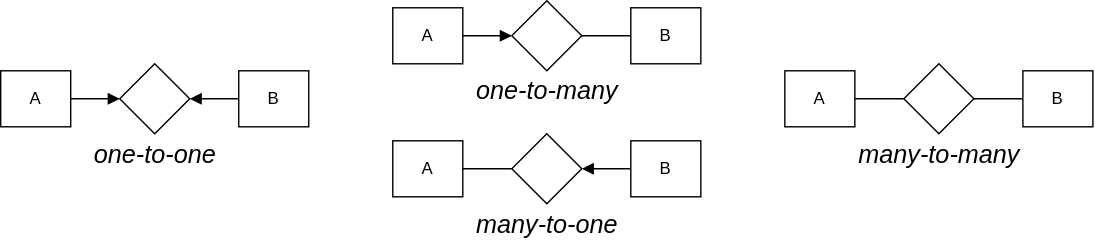
Above: content/bd/assets/0003-er-cardinality-constraints.svg in leic-pt/resumos-leic (draw.io), before the change. Source tidied: cells renumbered, new cells last; positions are measured from the earlier drawing's top-left corner, leaving out a move shared by most shapes. Its diagram source:
```xml
<mxGraphModel>
  <root>
    <mxCell id="0" />
    <mxCell id="1" parent="0" />
    <mxCell id="2" value="B" style="whiteSpace=wrap;html=1;align=center;" parent="1" vertex="1">
      <mxGeometry x="170" y="50" width="50" height="40" as="geometry" />
    </mxCell>
    <mxCell id="3" value="A" style="whiteSpace=wrap;html=1;align=center;" parent="1" vertex="1">
      <mxGeometry y="50" width="50" height="40" as="geometry" />
    </mxCell>
    <mxCell id="4" style="shape=rhombus;perimeter=rhombusPerimeter;whiteSpace=wrap;html=1;align=center;" parent="1" vertex="1">
      <mxGeometry x="85" y="45" width="50" height="50" as="geometry" />
    </mxCell>
    <mxCell id="5" style="endArrow=none;html=1;rounded=0;exitX=1;exitY=0.5;exitDx=0;exitDy=0;endFill=0;startArrow=block;startFill=1;" parent="1" edge="1" source="4" target="2">
      <mxGeometry relative="1" as="geometry" />
    </mxCell>
    <mxCell id="6" style="endArrow=block;html=1;rounded=0;entryX=0;entryY=0.5;entryDx=0;entryDy=0;endFill=1;" parent="1" edge="1" source="3" target="4">
      <mxGeometry relative="1" as="geometry" />
    </mxCell>
    <mxCell id="7" value="&lt;i style=&quot;font-size: 18px;&quot;&gt;one-to-one&lt;/i&gt;" style="text;html=1;align=center;verticalAlign=middle;strokeColor=none;fillColor=none;fontSize=18;" parent="1" vertex="1">
      <mxGeometry x="60" y="95" width="100" height="30" as="geometry" />
    </mxCell>
    <mxCell id="8" value="B" style="whiteSpace=wrap;html=1;align=center;" parent="1" vertex="1">
      <mxGeometry x="450" y="5" width="50" height="40" as="geometry" />
    </mxCell>
    <mxCell id="9" value="A" style="whiteSpace=wrap;html=1;align=center;" parent="1" vertex="1">
      <mxGeometry x="280" y="5" width="50" height="40" as="geometry" />
    </mxCell>
    <mxCell id="10" style="shape=rhombus;perimeter=rhombusPerimeter;whiteSpace=wrap;html=1;align=center;" parent="1" vertex="1">
      <mxGeometry x="365" width="50" height="50" as="geometry" />
    </mxCell>
    <mxCell id="11" style="endArrow=none;html=1;rounded=0;exitX=1;exitY=0.5;exitDx=0;exitDy=0;" parent="1" edge="1" source="10" target="8">
      <mxGeometry relative="1" as="geometry" />
    </mxCell>
    <mxCell id="12" style="endArrow=block;html=1;rounded=0;entryX=0;entryY=0.5;entryDx=0;entryDy=0;endFill=1;" parent="1" edge="1" source="9" target="10">
      <mxGeometry relative="1" as="geometry" />
    </mxCell>
    <mxCell id="13" value="&lt;i style=&quot;font-size: 18px;&quot;&gt;one-to-many&lt;/i&gt;" style="text;html=1;align=center;verticalAlign=middle;strokeColor=none;fillColor=none;fontSize=18;" parent="1" vertex="1">
      <mxGeometry x="330" y="50" width="120" height="30" as="geometry" />
    </mxCell>
    <mxCell id="14" value="B" style="whiteSpace=wrap;html=1;align=center;" parent="1" vertex="1">
      <mxGeometry x="730" y="50" width="50" height="40" as="geometry" />
    </mxCell>
    <mxCell id="15" value="A" style="whiteSpace=wrap;html=1;align=center;" parent="1" vertex="1">
      <mxGeometry x="560" y="50" width="50" height="40" as="geometry" />
    </mxCell>
    <mxCell id="16" style="shape=rhombus;perimeter=rhombusPerimeter;whiteSpace=wrap;html=1;align=center;" parent="1" vertex="1">
      <mxGeometry x="645" y="45" width="50" height="50" as="geometry" />
    </mxCell>
    <mxCell id="17" style="endArrow=none;html=1;rounded=0;exitX=1;exitY=0.5;exitDx=0;exitDy=0;" parent="1" edge="1" source="16" target="14">
      <mxGeometry relative="1" as="geometry" />
    </mxCell>
    <mxCell id="18" style="endArrow=none;html=1;rounded=0;entryX=0;entryY=0.5;entryDx=0;entryDy=0;endFill=0;" parent="1" edge="1" source="15" target="16">
      <mxGeometry relative="1" as="geometry" />
    </mxCell>
    <mxCell id="19" value="&lt;i style=&quot;font-size: 18px;&quot;&gt;many-to-many&lt;/i&gt;" style="text;html=1;align=center;verticalAlign=middle;strokeColor=none;fillColor=none;fontSize=18;" parent="1" vertex="1">
      <mxGeometry x="605" y="95" width="130" height="30" as="geometry" />
    </mxCell>
    <mxCell id="20" value="B" style="whiteSpace=wrap;html=1;align=center;" parent="1" vertex="1">
      <mxGeometry x="450" y="100" width="50" height="40" as="geometry" />
    </mxCell>
    <mxCell id="21" value="A" style="whiteSpace=wrap;html=1;align=center;" parent="1" vertex="1">
      <mxGeometry x="280" y="100" width="50" height="40" as="geometry" />
    </mxCell>
    <mxCell id="22" style="shape=rhombus;perimeter=rhombusPerimeter;whiteSpace=wrap;html=1;align=center;" parent="1" vertex="1">
      <mxGeometry x="365" y="95" width="50" height="50" as="geometry" />
    </mxCell>
    <mxCell id="23" style="endArrow=none;html=1;rounded=0;exitX=1;exitY=0.5;exitDx=0;exitDy=0;startArrow=block;startFill=1;" parent="1" edge="1" source="22" target="20">
      <mxGeometry relative="1" as="geometry" />
    </mxCell>
    <mxCell id="24" style="endArrow=none;html=1;rounded=0;entryX=0;entryY=0.5;entryDx=0;entryDy=0;endFill=0;" parent="1" edge="1" source="21" target="22">
      <mxGeometry relative="1" as="geometry" />
    </mxCell>
    <mxCell id="25" value="&lt;i style=&quot;font-size: 18px;&quot;&gt;many-to-one&lt;/i&gt;" style="text;html=1;align=center;verticalAlign=middle;strokeColor=none;fillColor=none;fontSize=18;" parent="1" vertex="1">
      <mxGeometry x="330" y="145" width="120" height="30" as="geometry" />
    </mxCell>
  </root>
</mxGraphModel>
```
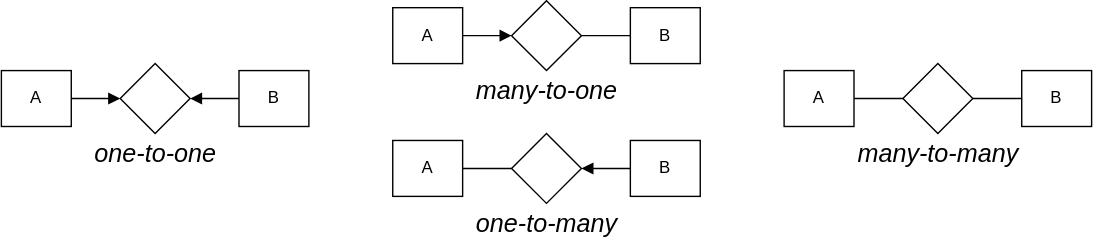
Above is the later version.

Commit message:
[BD] Fix incorrect cardinality constraints (one-to-many vs many-to-one) (#783)

The edit, as a diff of the source:
```diff
@@ -35,7 +35,7 @@
     <mxCell id="12" style="endArrow=block;html=1;rounded=0;entryX=0;entryY=0.5;entryDx=0;entryDy=0;endFill=1;" parent="1" edge="1" source="9" target="10">
       <mxGeometry relative="1" as="geometry" />
     </mxCell>
-    <mxCell id="13" value="&lt;i style=&quot;font-size: 18px;&quot;&gt;one-to-many&lt;/i&gt;" style="text;html=1;align=center;verticalAlign=middle;strokeColor=none;fillColor=none;fontSize=18;" parent="1" vertex="1">
+    <mxCell id="13" value="&lt;i&gt;many-to-one&lt;/i&gt;" style="text;html=1;align=center;verticalAlign=middle;strokeColor=none;fillColor=none;fontSize=18;" parent="1" vertex="1">
       <mxGeometry x="330" y="50" width="120" height="30" as="geometry" />
     </mxCell>
     <mxCell id="14" value="B" style="whiteSpace=wrap;html=1;align=center;" parent="1" vertex="1">
@@ -71,7 +71,7 @@
     <mxCell id="24" style="endArrow=none;html=1;rounded=0;entryX=0;entryY=0.5;entryDx=0;entryDy=0;endFill=0;" parent="1" edge="1" source="21" target="22">
       <mxGeometry relative="1" as="geometry" />
     </mxCell>
-    <mxCell id="25" value="&lt;i style=&quot;font-size: 18px;&quot;&gt;many-to-one&lt;/i&gt;" style="text;html=1;align=center;verticalAlign=middle;strokeColor=none;fillColor=none;fontSize=18;" parent="1" vertex="1">
+    <mxCell id="25" value="&lt;i style=&quot;font-size: 18px;&quot;&gt;one-to-many&lt;/i&gt;" style="text;html=1;align=center;verticalAlign=middle;strokeColor=none;fillColor=none;fontSize=18;" parent="1" vertex="1">
       <mxGeometry x="330" y="145" width="120" height="30" as="geometry" />
     </mxCell>
   </root>
```
